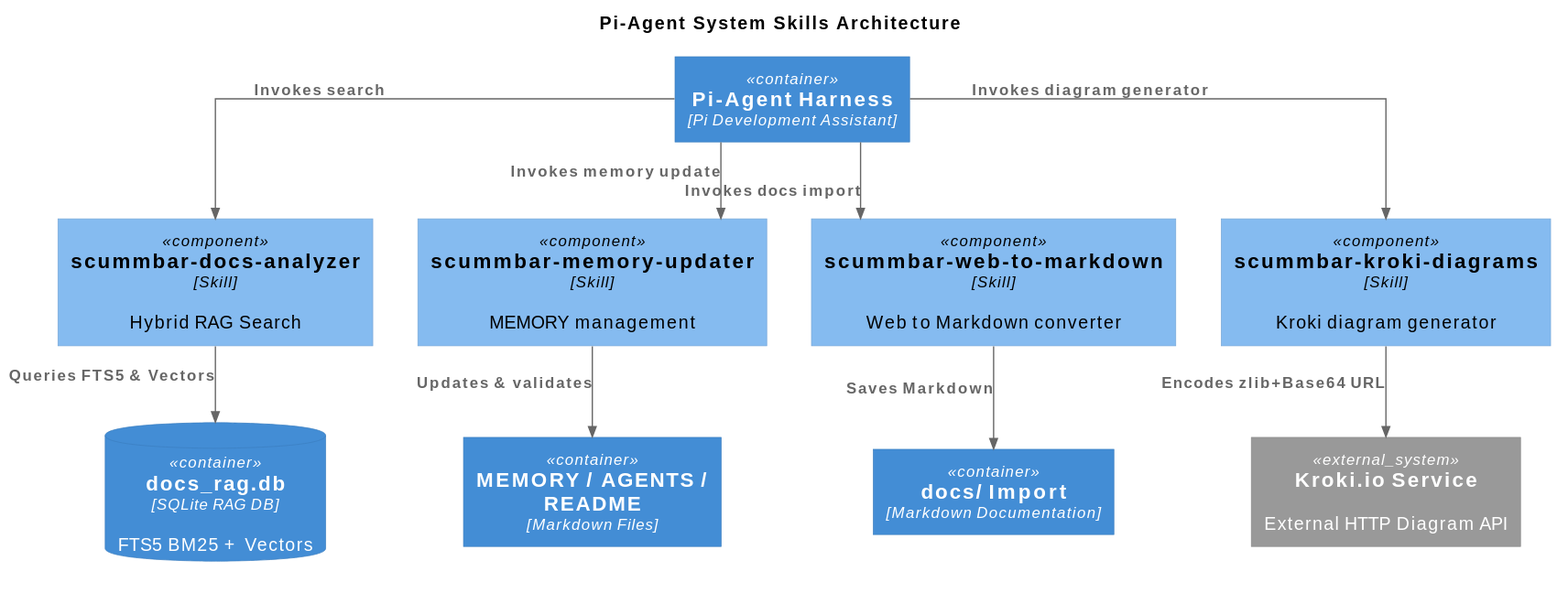
Earlier version of the PlantUML export assets/pi_agent_skills_architecture.svg (goldfix/ScummBarAI).
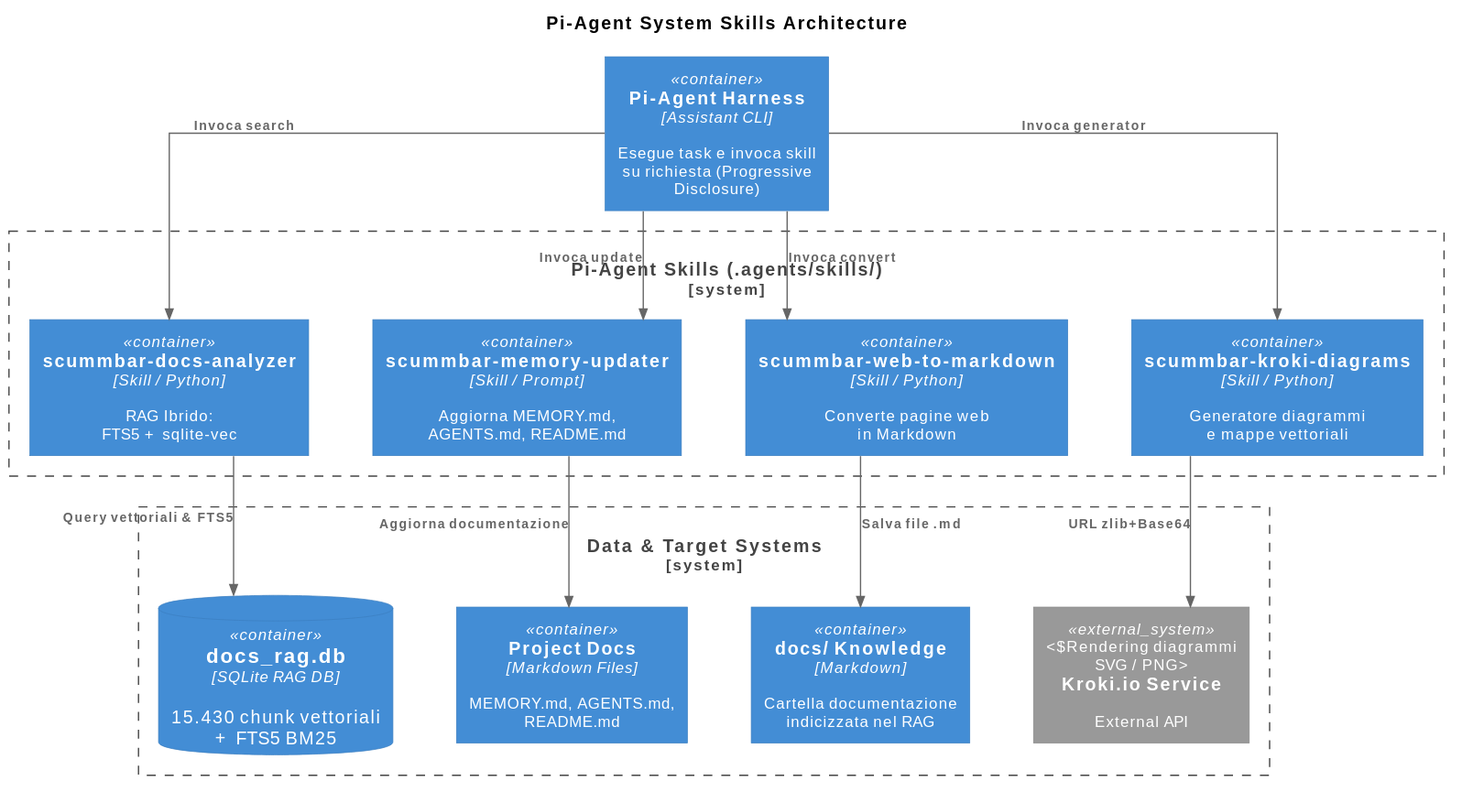
Later version of the same file.

The edit, as a diff of the source:
```diff
@@ -1,28 +1,39 @@
 @startuml
-!include <C4/C4_Component>
+!include <C4/C4_Container>
+
 skinparam linetype ortho
+skinparam nodesep 50
+skinparam ranksep 45
+skinparam rectangleFontSize 12
+skinparam arrowFontSize 10
+skinparam defaultTextAlignment center
+skinparam wrapWidth 180
 
 title Pi-Agent System Skills Architecture
 
-Container(pi, "Pi-Agent Harness", "Pi Development Assistant")
+Container(pi, "Pi-Agent Harness", "Assistant CLI", "Esegue task e invoca skill\nsu richiesta (Progressive Disclosure)")
 
-Component(rag, "scummbar-docs-analyzer", "Skill", "Hybrid RAG Search")
-Component(mem, "scummbar-memory-updater", "Skill", "MEMORY management")
-Component(web, "scummbar-web-to-markdown", "Skill", "Web to Markdown converter")
-Component(kro, "scummbar-kroki-diagrams", "Skill", "Kroki diagram generator")
+System_Boundary(skills_boundary, "Pi-Agent Skills (.agents/skills/)") {
+    Container(rag, "scummbar-docs-analyzer", "Skill / Python", "RAG Ibrido:\nFTS5 + sqlite-vec")
+    Container(mem, "scummbar-memory-updater", "Skill / Prompt", "Aggiorna MEMORY.md,\nAGENTS.md, README.md")
+    Container(web, "scummbar-web-to-markdown", "Skill / Python", "Converte pagine web\nin Markdown")
+    Container(kro, "scummbar-kroki-diagrams", "Skill / Python", "Generatore diagrammi\ne mappe vettoriali")
+}
 
-ContainerDb(db, "docs_rag.db", "SQLite RAG DB", "FTS5 BM25 + Vectors")
-Container(docs, "MEMORY / AGENTS / README", "Markdown Files")
-Container(import_docs, "docs/ Import", "Markdown Documentation")
-System_Ext(kroki_service, "Kroki.io Service", "External HTTP Diagram API")
+System_Boundary(targets_boundary, "Data & Target Systems") {
+    ContainerDb(db, "docs_rag.db", "SQLite RAG DB", "15.430 chunk vettoriali\n+ FTS5 BM25")
+    Container(docs, "Project Docs", "Markdown Files", "MEMORY.md, AGENTS.md,\nREADME.md")
+    Container(import_docs, "docs/ Knowledge", "Markdown", "Cartella documentazione\nindicizzata nel RAG")
+    System_Ext(kroki_service, "Kroki.io Service", "External API", "Rendering diagrammi\nSVG / PNG")
+}
 
-Rel(pi, rag, "Invokes search")
-Rel(pi, mem, "Invokes memory update")
-Rel(pi, web, "Invokes docs import")
-Rel(pi, kro, "Invokes diagram generator")
+Rel_D(pi, rag, "Invoca search")
+Rel_D(pi, mem, "Invoca update")
+Rel_D(pi, web, "Invoca convert")
+Rel_D(pi, kro, "Invoca generator")
 
-Rel(rag, db, "Queries FTS5 & Vectors")
-Rel(mem, docs, "Updates & validates")
-Rel(web, import_docs, "Saves Markdown")
-Rel(kro, kroki_service, "Encodes zlib+Base64 URL")
+Rel_D(rag, db, "Query vettoriali & FTS5")
+Rel_D(mem, docs, "Aggiorna documentazione")
+Rel_D(web, import_docs, "Salva file .md")
+Rel_D(kro, kroki_service, "URL zlib+Base64")
 @enduml
```
